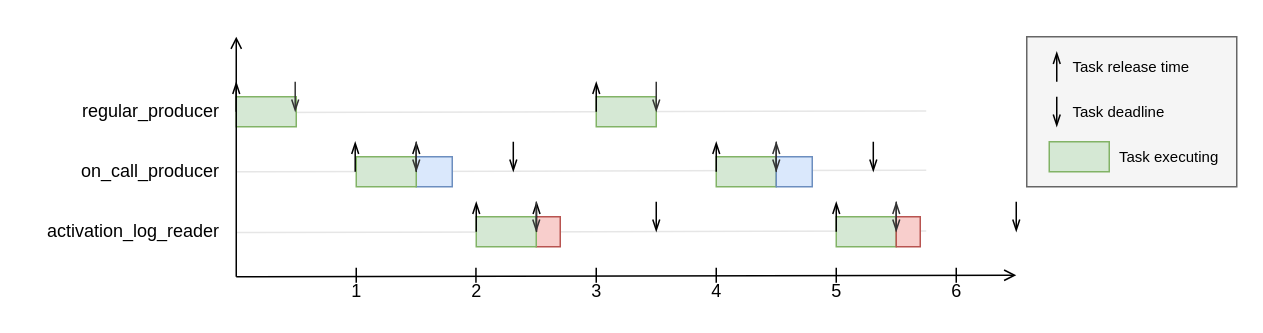
jiayihu/SRT keeps this draw.io diagram as page "timeline offsets" (4 of 7) of report/images/timelines.drawio. Above is the earlier version. Source tidied: cells renumbered, new cells numbered last; positions are measured from the earlier drawing's top-left corner, leaving out a move shared by most shapes. Both pictures are drawn from the tidied source at 150%, with x=0, y=0 at pixel (26, 36).
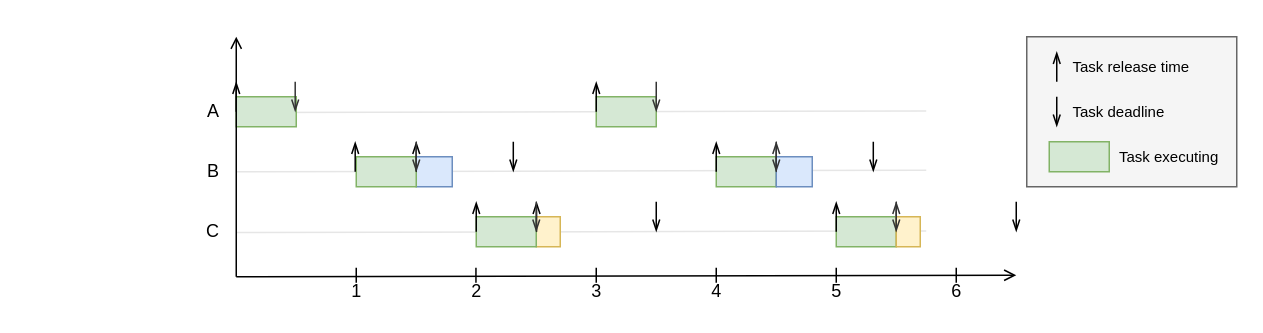
After the change.

Diff of the diagram source:
```diff
@@
-    <mxCell id="11" style="whiteSpace=wrap;html=1;fillColor=#f8cecc;strokeColor=#b85450;" parent="1" vertex="1">
+    <mxCell id="11" style="whiteSpace=wrap;html=1;fillColor=#fff2cc;strokeColor=#d6b656;" parent="1" vertex="1">
       <mxGeometry x="340" y="120" width="16" height="20" as="geometry" />
     </mxCell>
@@
-    <mxCell id="13" value="regular_producer" style="text;html=1;align=right;verticalAlign=middle;" parent="1" vertex="1">
-      <mxGeometry x="20" y="40" width="110" height="20" as="geometry" />
+    <mxCell id="13" value="A" style="text;html=1;align=right;verticalAlign=middle;" parent="1" vertex="1">
+      <mxGeometry x="110" y="40" width="20" height="20" as="geometry" />
     </mxCell>
@@
-    <mxCell id="50" style="whiteSpace=wrap;html=1;fillColor=#f8cecc;strokeColor=#b85450;" parent="1" vertex="1">
+    <mxCell id="50" style="whiteSpace=wrap;html=1;fillColor=#fff2cc;strokeColor=#d6b656;" parent="1" vertex="1">
       <mxGeometry x="580" y="120" width="16" height="20" as="geometry" />
     </mxCell>
@@
-    <mxCell id="57" value="on_call_producer" style="text;html=1;align=right;verticalAlign=middle;" parent="1" vertex="1">
-      <mxGeometry x="20" y="80" width="110" height="20" as="geometry" />
+    <mxCell id="57" value="B" style="text;html=1;align=right;verticalAlign=middle;" parent="1" vertex="1">
+      <mxGeometry x="110" y="80" width="20" height="20" as="geometry" />
     </mxCell>
-    <mxCell id="58" value="activation_log_reader" style="text;html=1;align=right;verticalAlign=middle;" parent="1" vertex="1">
-      <mxGeometry y="120" width="130" height="20" as="geometry" />
+    <mxCell id="58" value="C" style="text;html=1;align=right;verticalAlign=middle;" parent="1" vertex="1">
+      <mxGeometry x="110" y="120" width="20" height="20" as="geometry" />
     </mxCell>
```
